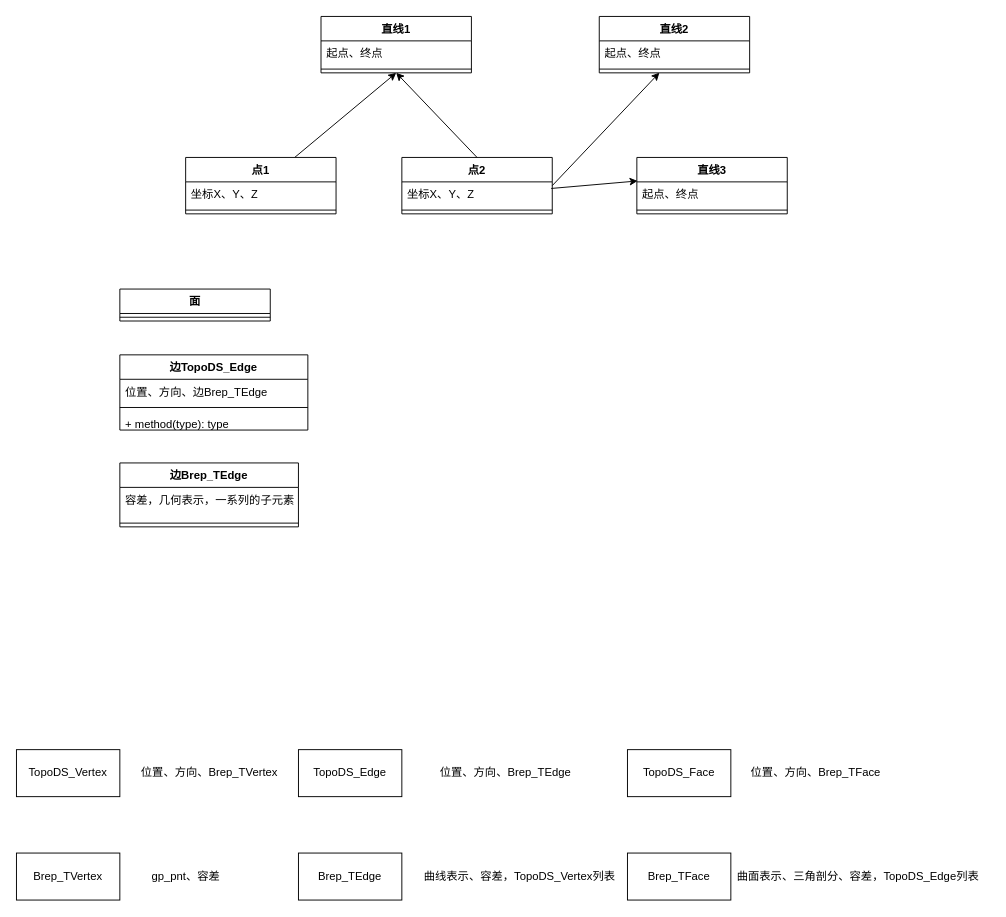
Earlier version of the draw.io diagram 未命名绘图.drawio (liuhuliuhu123/-C-). Source tidied: cells renumbered, new cells numbered last; positions are measured from the earlier drawing's top-left corner, leaving out a move shared by most shapes. Both pictures are drawn from the tidied source at 94%, with x=0, y=0 at pixel (16, 16).
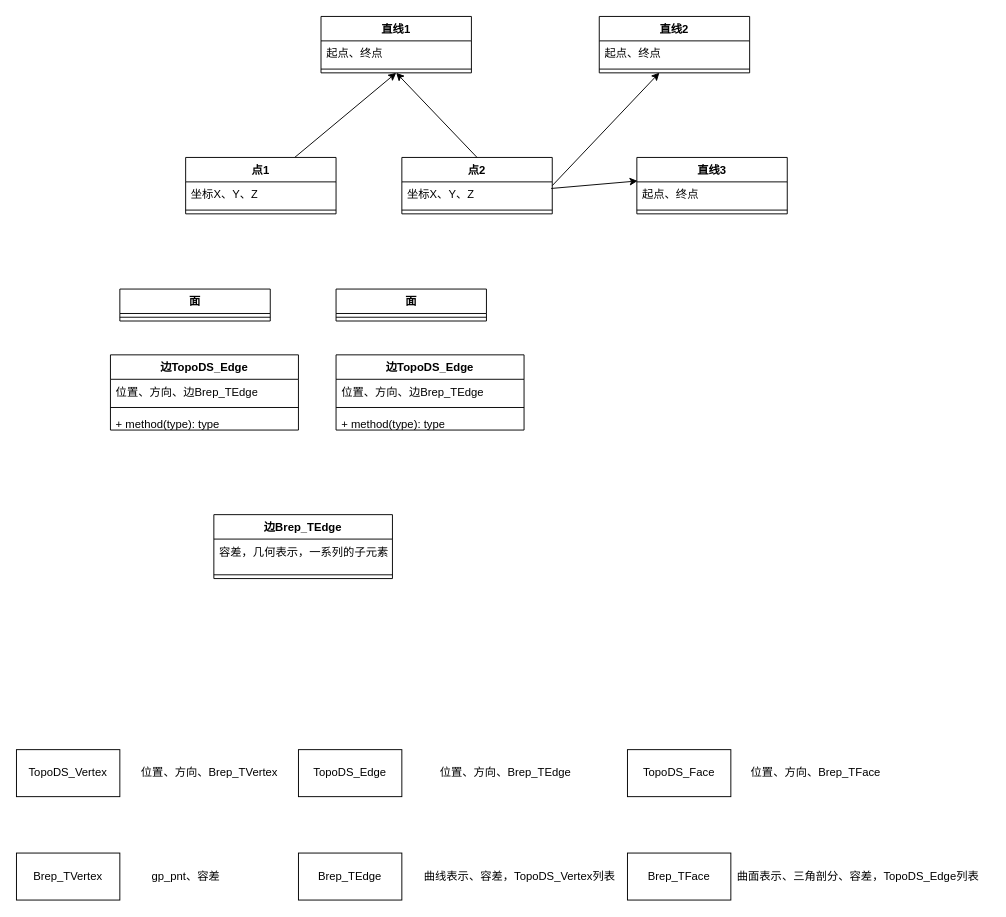
After the change.

Commit message:
更新未命名绘图.drawio

Change to the diagram source:
```diff
@@
     <mxCell id="21" value="边Brep_TEdge" style="swimlane;fontStyle=1;align=center;verticalAlign=top;horizontal=1;startSize=26;whiteSpace=wrap;html=1;" parent="1" vertex="1">
-      <mxGeometry x="110" y="475" width="190" height="68" as="geometry" />
+      <mxGeometry x="210" y="530" width="190" height="68" as="geometry" />
     </mxCell>
@@
     <mxCell id="26" value="边TopoDS_Edge" style="swimlane;fontStyle=1;align=center;verticalAlign=top;horizontal=1;startSize=26;whiteSpace=wrap;html=1;" parent="1" vertex="1">
-      <mxGeometry x="110" y="360" width="200" height="80" as="geometry" />
+      <mxGeometry x="100" y="360" width="200" height="80" as="geometry" />
     </mxCell>
@@
+    <mxCell id="42" value="面" style="swimlane;fontStyle=1;align=center;verticalAlign=top;horizontal=1;startSize=26;whiteSpace=wrap;html=1;" parent="1" vertex="1">
+      <mxGeometry x="340" y="290" width="160" height="34" as="geometry" />
+    </mxCell>
+    <mxCell id="43" style="line;strokeWidth=1;fillColor=none;align=left;verticalAlign=middle;spacingTop=-1;spacingLeft=3;spacingRight=3;labelPosition=right;strokeColor=inherit;" parent="42" vertex="1">
+      <mxGeometry y="26" width="160" height="8" as="geometry" />
+    </mxCell>
+    <mxCell id="44" value="边TopoDS_Edge" style="swimlane;fontStyle=1;align=center;verticalAlign=top;horizontal=1;startSize=26;whiteSpace=wrap;html=1;" parent="1" vertex="1">
+      <mxGeometry x="340" y="360" width="200" height="80" as="geometry" />
+    </mxCell>
+    <mxCell id="45" value="位置、方向、边Brep_TEdge" style="text;strokeColor=none;fillColor=none;align=left;verticalAlign=top;spacingLeft=4;spacingRight=4;overflow=hidden;whiteSpace=wrap;html=1;" parent="44" vertex="1">
+      <mxGeometry y="26" width="200" height="26" as="geometry" />
+    </mxCell>
+    <mxCell id="46" style="line;strokeWidth=1;fillColor=none;align=left;verticalAlign=middle;spacingTop=-1;spacingLeft=3;spacingRight=3;labelPosition=right;strokeColor=inherit;" parent="44" vertex="1">
+      <mxGeometry y="52" width="200" height="8" as="geometry" />
+    </mxCell>
+    <mxCell id="47" value="+ method(type): type" style="text;strokeColor=none;fillColor=none;align=left;verticalAlign=top;spacingLeft=4;spacingRight=4;overflow=hidden;whiteSpace=wrap;html=1;" parent="44" vertex="1">
+      <mxGeometry y="60" width="200" height="20" as="geometry" />
+    </mxCell>
```
